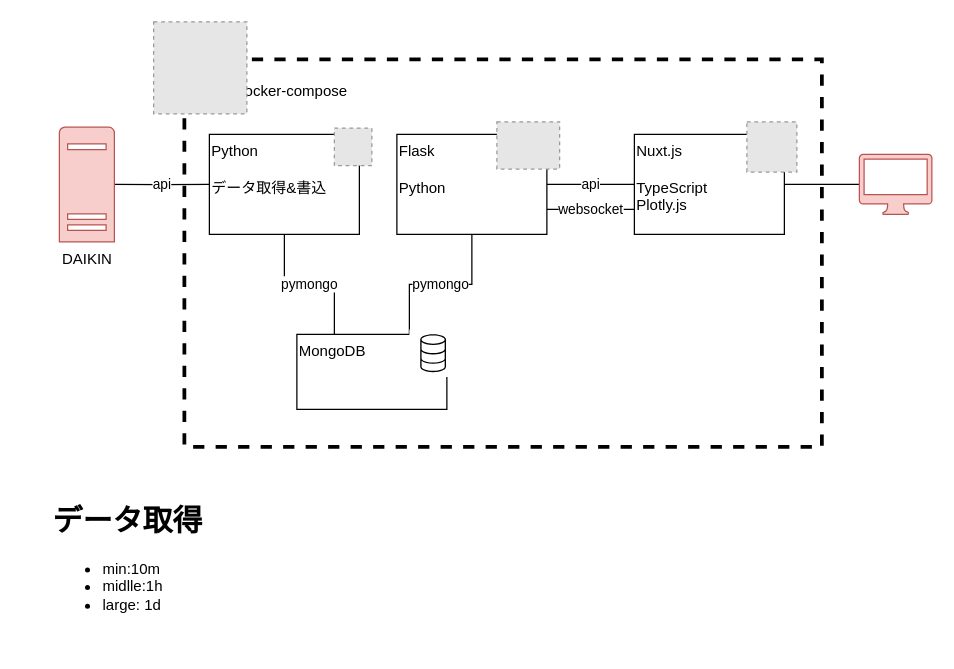
This is page "system" (1 of 2) of doc/airwatch-system-overview.drawio from akiraseto/airwatch, a draw.io file, before an edit. Source tidied: cells renumbered, new cells numbered last; positions are measured from the earlier drawing's top-left corner, leaving out a move shared by most shapes. Both pictures are drawn from the tidied source at 125%, with x=0, y=0 at pixel (46, 21). Pictures stored in the file or linked from it are replaced by grey dashed boxes.
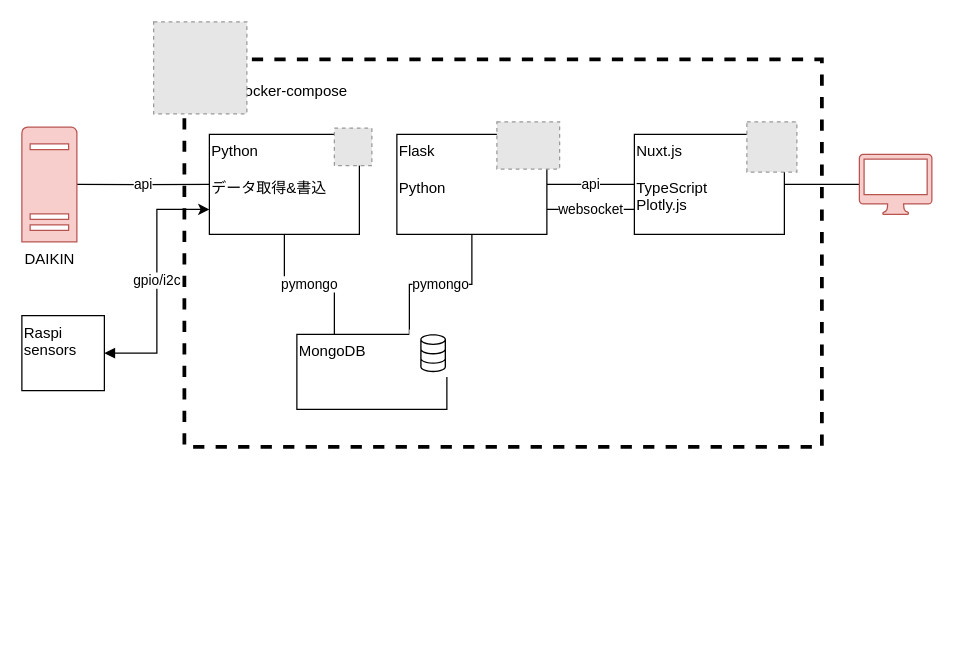
Above is the later version.

The change refers to these unchanged cells:
```xml
<mxCell id="20" value="&lt;span&gt;Python&lt;br&gt;&lt;/span&gt;&lt;br&gt;データ取得&amp;amp;書込" style="whiteSpace=wrap;html=1;verticalAlign=top;align=left;" parent="19" vertex="1">
  <mxGeometry y="5" width="120" height="80" as="geometry" />
</mxCell>
```

What changed in the source:
```diff
@@
     <mxCell id="10" value="DAIKIN" style="shadow=0;dashed=0;html=1;strokeColor=#b85450;labelPosition=center;verticalLabelPosition=bottom;verticalAlign=top;align=center;shape=mxgraph.mscae.enterprise.server_generic;fillColor=#f8cecc;" parent="1" vertex="1">
-      <mxGeometry x="10" y="84.2" width="44" height="91.7" as="geometry" />
+      <mxGeometry x="-20" y="84.2" width="44" height="91.7" as="geometry" />
     </mxCell>
@@
-    <mxCell id="23" value="&lt;h1&gt;データ取得&lt;/h1&gt;&lt;p&gt;&lt;ul&gt;&lt;li&gt;min:10m&lt;/li&gt;&lt;li&gt;midlle:1h&lt;/li&gt;&lt;li&gt;large: 1d&lt;/li&gt;&lt;/ul&gt;&lt;/p&gt;" style="text;html=1;strokeColor=none;fillColor=none;spacing=5;spacingTop=-20;whiteSpace=wrap;overflow=hidden;rounded=0;" parent="1" vertex="1">
-      <mxGeometry y="380" width="190" height="120" as="geometry" />
-    </mxCell>
+    <mxCell id="24" value="gpio/i2c" style="edgeStyle=orthogonalEdgeStyle;rounded=0;jettySize=auto;html=1;exitX=1;exitY=0.5;exitDx=0;exitDy=0;entryX=0;entryY=0.75;entryDx=0;entryDy=0;startArrow=block;startFill=1;" parent="1" edge="1" source="25" target="20">
+      <mxGeometry relative="1" as="geometry" />
+    </mxCell>
+    <mxCell id="25" value="Raspi sensors" style="whiteSpace=wrap;html=1;verticalAlign=top;align=left;" parent="1" vertex="1">
+      <mxGeometry x="-20" y="235" width="66" height="60" as="geometry" />
+    </mxCell>
```
